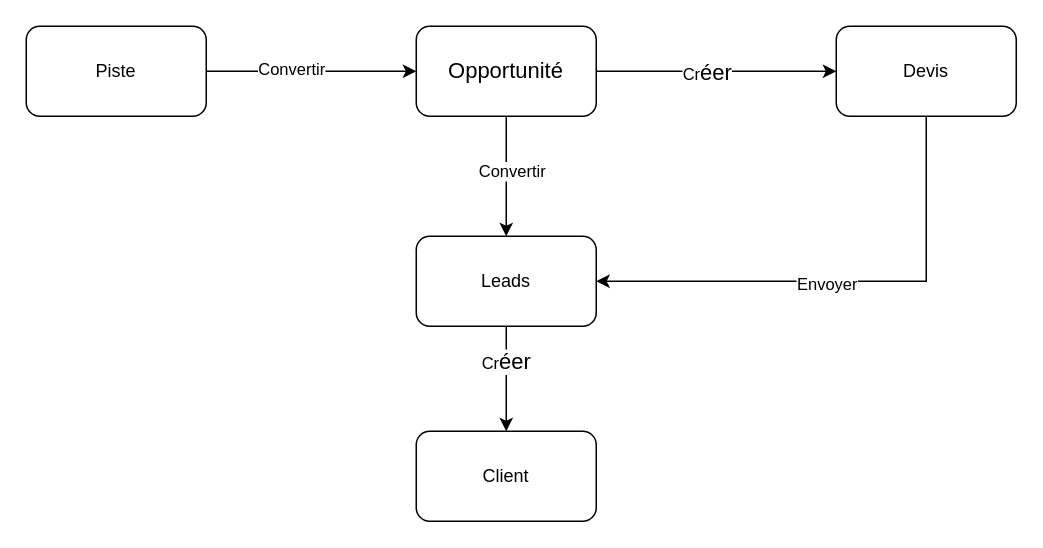
Earlier version of the draw.io diagram Workflow/Workflow-CRM.drawio (Shermine237/odoo-CRM). Source tidied: cells renumbered, new cells numbered last; positions are measured from the earlier drawing's top-left corner, leaving out a move shared by most shapes. Both pictures are drawn from the tidied source at 150%, with x=0, y=0 at pixel (26, 26).
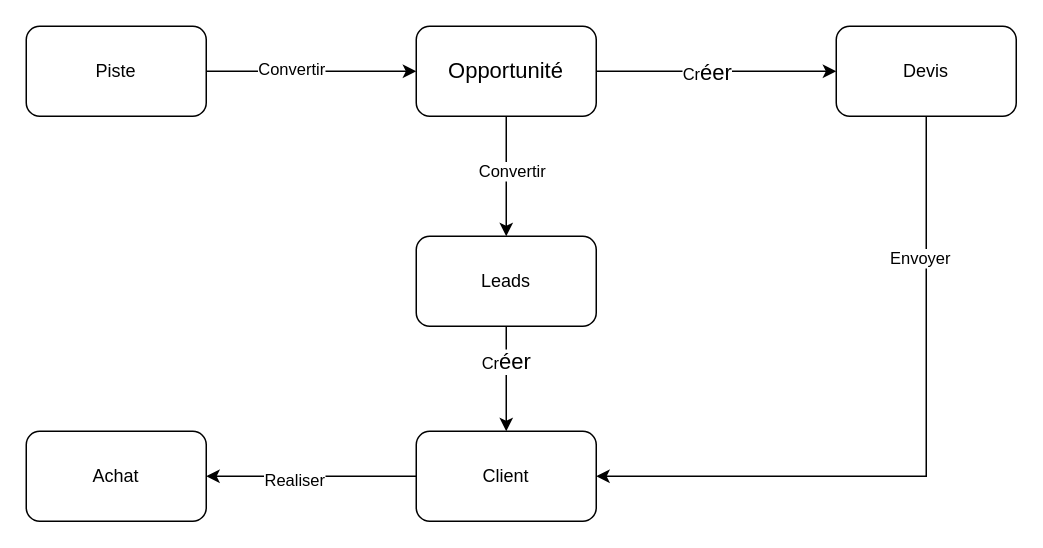
Above is the later version.

Unchanged cells that the change refers to:
```xml
<mxCell id="12" value="Devis" style="rounded=1;whiteSpace=wrap;html=1;" parent="1" vertex="1">
  <mxGeometry x="540" width="120" height="60" as="geometry" />
</mxCell>
<mxCell id="15" value="Leads" style="rounded=1;whiteSpace=wrap;html=1;" parent="1" vertex="1">
  <mxGeometry x="260" y="140" width="120" height="60" as="geometry" />
</mxCell>
<mxCell id="16" value="Client" style="rounded=1;whiteSpace=wrap;html=1;" parent="1" vertex="1">
  <mxGeometry x="260" y="270" width="120" height="60" as="geometry" />
</mxCell>
```

Change to the diagram source:
```diff
@@
-    <mxCell id="10" style="edgeStyle=orthogonalEdgeStyle;rounded=0;jettySize=auto;html=1;exitX=0.5;exitY=1;exitDx=0;exitDy=0;entryX=1;entryY=0.5;entryDx=0;entryDy=0;" parent="1" edge="1" source="12" target="15">
-      <mxGeometry relative="1" as="geometry" />
-    </mxCell>
+    <mxCell id="17" style="edgeStyle=orthogonalEdgeStyle;rounded=0;jettySize=auto;html=1;entryX=1;entryY=0.5;entryDx=0;entryDy=0;" parent="1" edge="1" source="12" target="16">
+      <mxGeometry relative="1" as="geometry">
+        <Array as="points">
+          <mxPoint x="600" y="300" />
+        </Array>
+      </mxGeometry>
+    </mxCell>
-    <mxCell id="11" value="Envoyer" style="edgeLabel;html=1;align=center;verticalAlign=middle;" parent="10" vertex="1">
-      <mxGeometry x="0.07" y="1" relative="1" as="geometry" />
+    <mxCell id="11" value="Envoyer" style="edgeLabel;html=1;align=center;verticalAlign=middle;" parent="17" vertex="1">
+      <mxGeometry x="-0.59" y="-5" relative="1" as="geometry" />
     </mxCell>
@@
+    <mxCell id="18" style="edgeStyle=orthogonalEdgeStyle;rounded=0;jettySize=auto;html=1;exitX=0;exitY=0.5;exitDx=0;exitDy=0;entryX=1;entryY=0.5;entryDx=0;entryDy=0;" parent="1" edge="1" source="16" target="20">
+      <mxGeometry relative="1" as="geometry" />
+    </mxCell>
+    <mxCell id="19" value="Realiser" style="edgeLabel;html=1;align=center;verticalAlign=middle;" parent="18" vertex="1">
+      <mxGeometry x="0.17" y="2" relative="1" as="geometry" />
+    </mxCell>
@@
+    <mxCell id="20" value="Achat" style="rounded=1;whiteSpace=wrap;html=1;" parent="1" vertex="1">
+      <mxGeometry y="270" width="120" height="60" as="geometry" />
+    </mxCell>
```
